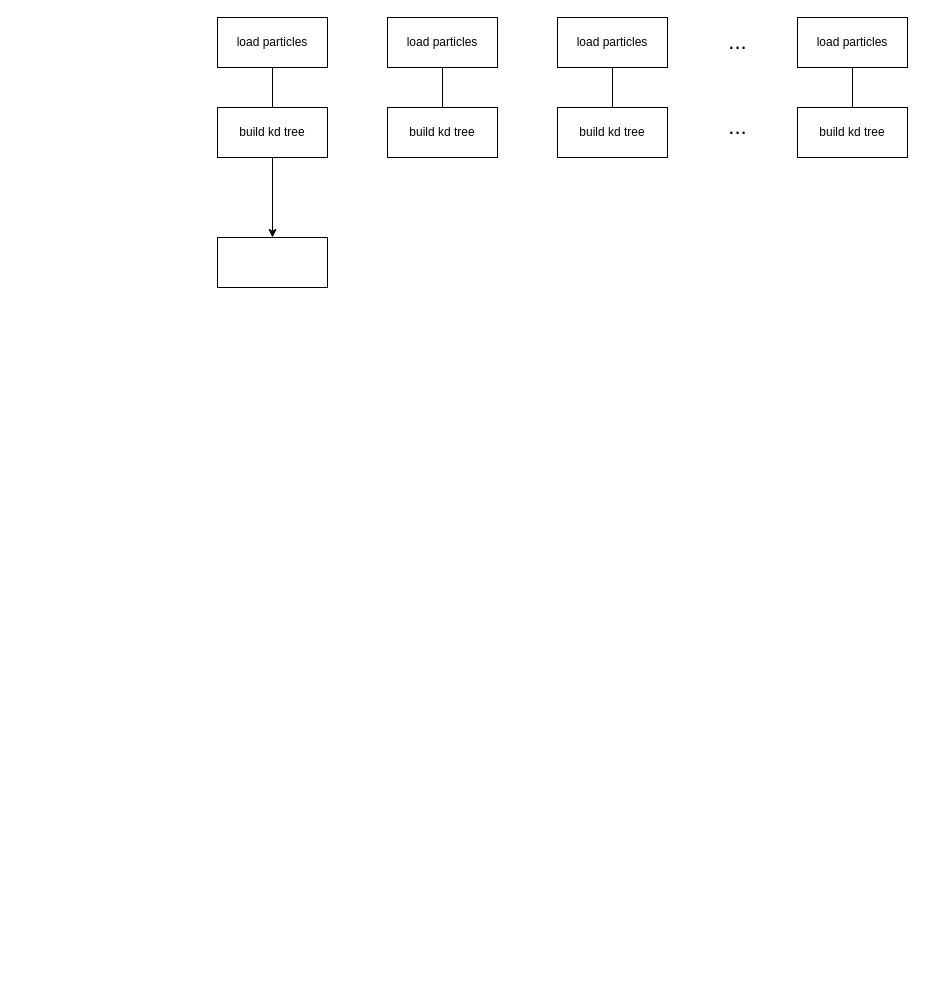
This is Untitled Diagram.drawio from YujieH3/large-velocity-power-spectrum, a draw.io file, before an edit. Source tidied: cells renumbered, new cells numbered last; positions are measured from the earlier drawing's top-left corner, leaving out a move shared by most shapes. Both pictures are drawn from the tidied source at 100%, with x=0, y=0 at pixel (217, 17).
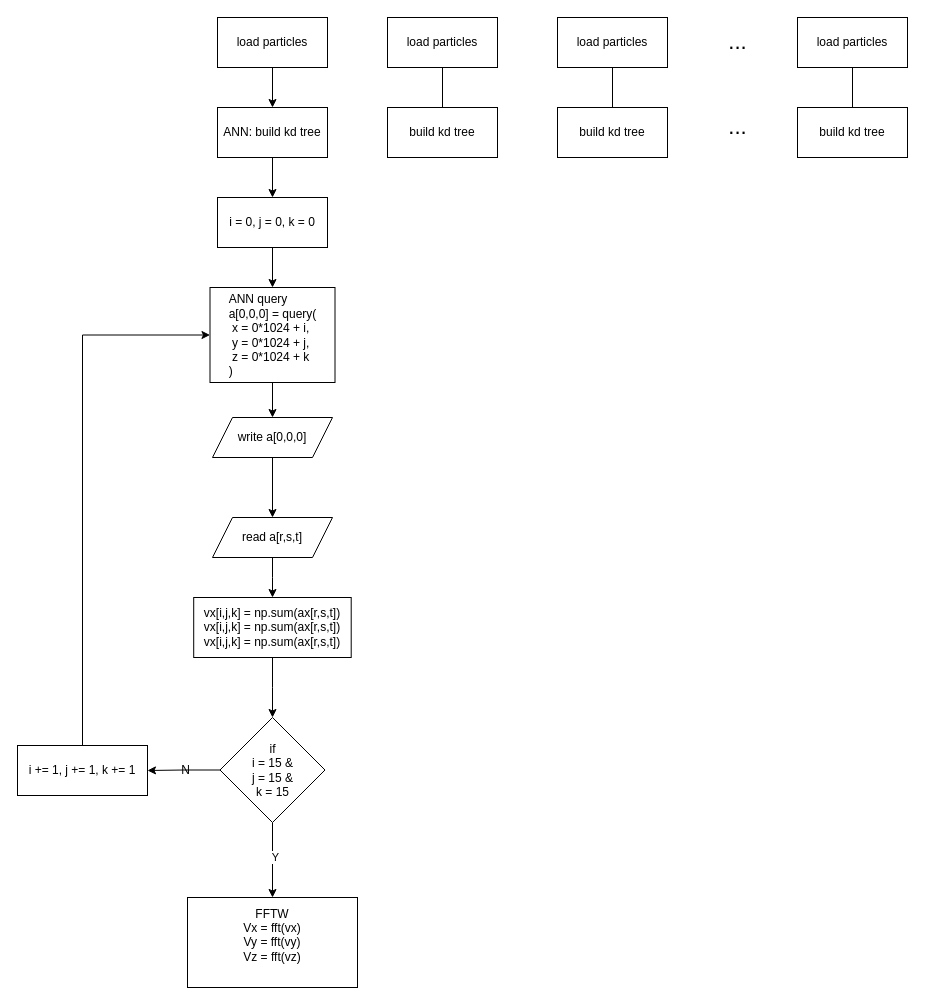
Above is the later version.

The change refers to these unchanged cells:
```xml
<mxCell id="2" value="load particles" style="rounded=0;whiteSpace=wrap;html=1;" parent="1" vertex="1">
  <mxGeometry width="110" height="50" as="geometry" />
</mxCell>
```

What changed in the source:
```diff
@@
+    <mxCell id="18" style="edgeStyle=orthogonalEdgeStyle;rounded=0;jettySize=auto;html=1;" parent="1" edge="1" source="2" target="4">
+      <mxGeometry relative="1" as="geometry" />
+    </mxCell>
@@
-    <mxCell id="4" value="&lt;div&gt;build kd tree&lt;/div&gt;" style="rounded=0;whiteSpace=wrap;html=1;" parent="1" vertex="1">
+    <mxCell id="4" value="&lt;div&gt;ANN: build kd tree&lt;/div&gt;" style="rounded=0;whiteSpace=wrap;html=1;" parent="1" vertex="1">
       <mxGeometry y="90" width="110" height="50" as="geometry" />
     </mxCell>
-    <mxCell id="5" style="endArrow=none;html=1;rounded=0;entryX=0.5;entryY=1;entryDx=0;entryDy=0;exitX=0.5;exitY=0;exitDx=0;exitDy=0;" parent="1" edge="1" source="4" target="2">
-      <mxGeometry relative="1" as="geometry" />
-    </mxCell>
@@
+    <mxCell id="19" style="edgeStyle=orthogonalEdgeStyle;rounded=0;jettySize=auto;html=1;" parent="1" edge="1" source="17" target="21">
+      <mxGeometry relative="1" as="geometry" />
+    </mxCell>
-    <mxCell id="17" style="rounded=0;whiteSpace=wrap;html=1;" parent="1" vertex="1">
-      <mxGeometry y="220" width="110" height="50" as="geometry" />
+    <mxCell id="17" value="i = 0, j = 0, k = 0" style="rounded=0;whiteSpace=wrap;html=1;" parent="1" vertex="1">
+      <mxGeometry y="180" width="110" height="50" as="geometry" />
     </mxCell>
+    <mxCell id="20" style="edgeStyle=orthogonalEdgeStyle;rounded=0;jettySize=auto;html=1;" parent="1" edge="1" source="21" target="23">
+      <mxGeometry relative="1" as="geometry" />
+    </mxCell>
+    <mxCell id="21" value="&lt;div style=&quot;text-align: left;&quot;&gt;ANN query&lt;/div&gt;&lt;div style=&quot;text-align: left;&quot;&gt;a[0,0,0] = query(&lt;/div&gt;&lt;div style=&quot;text-align: left;&quot;&gt;&amp;nbsp;x = 0*1024 + i,&lt;/div&gt;&lt;div style=&quot;text-align: left;&quot;&gt;&amp;nbsp;y = 0*1024 + j,&lt;/div&gt;&lt;div style=&quot;text-align: left;&quot;&gt;&amp;nbsp;z = 0*1024 + k&lt;/div&gt;&lt;div style=&quot;text-align: left;&quot;&gt;)&lt;/div&gt;" style="whiteSpace=wrap;html=1;rounded=0;" parent="1" vertex="1">
+      <mxGeometry x="-7.5" y="270" width="125" height="95" as="geometry" />
+    </mxCell>
+    <mxCell id="22" style="edgeStyle=orthogonalEdgeStyle;rounded=0;jettySize=auto;html=1;" parent="1" edge="1" source="23" target="25">
+      <mxGeometry relative="1" as="geometry" />
+    </mxCell>
+    <mxCell id="23" value="write a[0,0,0]" style="shape=parallelogram;perimeter=parallelogramPerimeter;whiteSpace=wrap;html=1;fixedSize=1;rounded=0;" parent="1" vertex="1">
+      <mxGeometry x="-5" y="400" width="120" height="40" as="geometry" />
+    </mxCell>
+    <mxCell id="24" style="edgeStyle=orthogonalEdgeStyle;rounded=0;jettySize=auto;html=1;" parent="1" edge="1" source="25" target="27">
+      <mxGeometry relative="1" as="geometry" />
+    </mxCell>
+    <mxCell id="25" value="read a[r,s,t]" style="shape=parallelogram;perimeter=parallelogramPerimeter;whiteSpace=wrap;html=1;fixedSize=1;rounded=0;" parent="1" vertex="1">
+      <mxGeometry x="-5" y="500" width="120" height="40" as="geometry" />
+    </mxCell>
+    <mxCell id="26" style="edgeStyle=orthogonalEdgeStyle;rounded=0;jettySize=auto;html=1;" parent="1" edge="1" source="27" target="31">
+      <mxGeometry relative="1" as="geometry" />
+    </mxCell>
+    <mxCell id="27" value="&lt;div&gt;vx[i,j,k] = np.sum(ax[r,s,t])&lt;/div&gt;&lt;div&gt;vx[i,j,k] = np.sum(ax[r,s,t])&lt;/div&gt;&lt;div&gt;vx[i,j,k] = np.sum(ax[r,s,t])&lt;/div&gt;" style="whiteSpace=wrap;html=1;rounded=0;" parent="1" vertex="1">
+      <mxGeometry x="-23.8" y="580" width="157.5" height="60" as="geometry" />
+    </mxCell>
+    <mxCell id="28" style="edgeStyle=orthogonalEdgeStyle;rounded=0;jettySize=auto;html=1;" parent="1" edge="1" source="31" target="33">
+      <mxGeometry relative="1" as="geometry" />
+    </mxCell>
+    <mxCell id="29" style="edgeStyle=orthogonalEdgeStyle;rounded=0;jettySize=auto;html=1;" parent="1" edge="1" source="31" target="35">
+      <mxGeometry relative="1" as="geometry" />
+    </mxCell>
+    <mxCell id="30" value="&lt;div&gt;Y&lt;/div&gt;" style="edgeLabel;html=1;align=center;verticalAlign=middle;" parent="29" vertex="1">
+      <mxGeometry x="-0.1" y="2" relative="1" as="geometry" />
+    </mxCell>
+    <mxCell id="31" value="&lt;div&gt;if&lt;br&gt;&lt;/div&gt;&lt;div&gt;i = 15 &amp;amp;&lt;br&gt;&lt;/div&gt;&lt;div&gt;j = 15 &amp;amp;&lt;br&gt;&lt;/div&gt;&lt;div&gt;k = 15&lt;br&gt;&lt;/div&gt;" style="rhombus;whiteSpace=wrap;html=1;rounded=0;" parent="1" vertex="1">
+      <mxGeometry x="2.5" y="700" width="105" height="105" as="geometry" />
+    </mxCell>
+    <mxCell id="32" style="edgeStyle=orthogonalEdgeStyle;rounded=0;jettySize=auto;html=1;entryX=0;entryY=0.5;entryDx=0;entryDy=0;" parent="1" edge="1" source="33" target="21">
+      <mxGeometry relative="1" as="geometry">
+        <Array as="points">
+          <mxPoint x="-135" y="318" />
+        </Array>
+      </mxGeometry>
+    </mxCell>
+    <mxCell id="33" value="i += 1, j += 1, k += 1" style="whiteSpace=wrap;html=1;rounded=0;" parent="1" vertex="1">
+      <mxGeometry x="-200" y="728" width="130" height="50" as="geometry" />
+    </mxCell>
+    <mxCell id="34" value="N" style="text;html=1;align=center;verticalAlign=middle;strokeColor=none;fillColor=none;" parent="1" vertex="1">
+      <mxGeometry x="-47.5" y="738" width="30" height="30" as="geometry" />
+    </mxCell>
+    <mxCell id="35" value="&lt;div&gt;FFTW&lt;/div&gt;&lt;div&gt;Vx = fft(vx)&lt;/div&gt;&lt;div&gt;Vy = fft(vy)&lt;/div&gt;&lt;div&gt;Vz = fft(vz)&lt;br&gt;&lt;/div&gt;&lt;div&gt;&lt;br&gt;&lt;/div&gt;" style="whiteSpace=wrap;html=1;rounded=0;" parent="1" vertex="1">
+      <mxGeometry x="-30" y="880" width="170" height="90" as="geometry" />
+    </mxCell>
```
